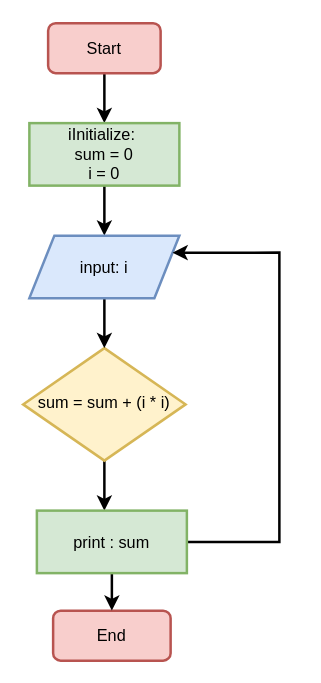
Before: page "Page-1" (1 of 3) of alx-flowchart.drawio in fasil712/UML_Diagram_Design, a draw.io diagram. Source tidied: cells renumbered, new cells numbered last; positions are measured from the earlier drawing's top-left corner, leaving out a move shared by most shapes. Both pictures are drawn from the tidied source at 125%, with x=0, y=0 at pixel (22, 22).
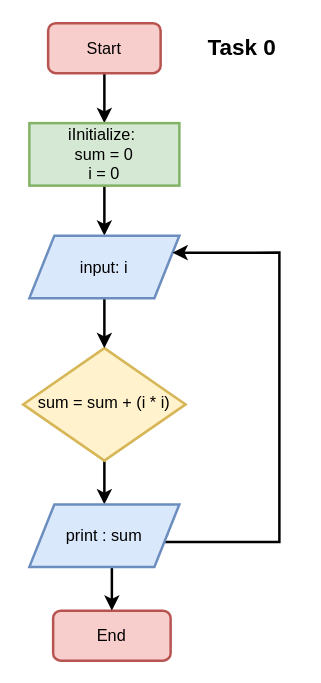
The same page after the edit.

Change to the diagram source:
```diff
@@
 <mxGraphModel>
   <root>
     <mxCell id="0" />
     <mxCell id="1" parent="0" />
     <mxCell id="2" style="edgeStyle=orthogonalEdgeStyle;rounded=0;jettySize=auto;html=1;entryX=0.5;entryY=0;entryDx=0;entryDy=0;fontSize=13;strokeWidth=2;" parent="1" edge="1" source="3" target="8">
       <mxGeometry relative="1" as="geometry" />
     </mxCell>
     <mxCell id="3" value="Start" style="rounded=1;whiteSpace=wrap;html=1;fontSize=13;glass=0;strokeWidth=2;shadow=0;fillColor=#f8cecc;strokeColor=#b85450;" parent="1" vertex="1">
       <mxGeometry x="20" width="90" height="40" as="geometry" />
     </mxCell>
-    <mxCell id="4" style="edgeStyle=orthogonalEdgeStyle;rounded=0;jettySize=auto;html=1;entryX=0.45;entryY=0;entryDx=0;entryDy=0;entryPerimeter=0;fontSize=13;strokeWidth=2;" parent="1" edge="1" source="5" target="13">
+    <mxCell id="4" style="edgeStyle=orthogonalEdgeStyle;rounded=0;jettySize=auto;html=1;entryX=0.5;entryY=0;entryDx=0;entryDy=0;fontSize=13;strokeWidth=2;" parent="1" edge="1" source="5" target="13">
       <mxGeometry relative="1" as="geometry" />
     </mxCell>
     <mxCell id="5" value="sum = sum + (i * i)" style="rhombus;whiteSpace=wrap;html=1;shadow=0;fontFamily=Helvetica;fontSize=13;align=center;strokeWidth=2;spacing=6;spacingTop=-4;fillColor=#fff2cc;strokeColor=#d6b656;" parent="1" vertex="1">
       <mxGeometry y="260" width="130" height="90" as="geometry" />
     </mxCell>
     <mxCell id="6" value="End" style="rounded=1;whiteSpace=wrap;html=1;fontSize=13;glass=0;strokeWidth=2;shadow=0;fillColor=#f8cecc;strokeColor=#b85450;" parent="1" vertex="1">
       <mxGeometry x="24" y="470" width="94" height="40" as="geometry" />
     </mxCell>
     <mxCell id="7" style="edgeStyle=orthogonalEdgeStyle;rounded=0;jettySize=auto;html=1;entryX=0.5;entryY=0;entryDx=0;entryDy=0;fontSize=13;strokeWidth=2;" parent="1" edge="1" source="8" target="10">
       <mxGeometry relative="1" as="geometry" />
     </mxCell>
     <mxCell id="8" value="iInitialize:&amp;nbsp;&lt;br style=&quot;font-size: 13px;&quot;&gt;sum = 0&lt;br style=&quot;font-size: 13px;&quot;&gt;i = 0" style="rounded=0;whiteSpace=wrap;html=1;fillColor=#d5e8d4;strokeColor=#82b366;fontSize=13;strokeWidth=2;" parent="1" vertex="1">
       <mxGeometry x="5" y="80" width="120" height="50" as="geometry" />
     </mxCell>
     <mxCell id="9" style="edgeStyle=orthogonalEdgeStyle;rounded=0;jettySize=auto;html=1;entryX=0.5;entryY=0;entryDx=0;entryDy=0;fontSize=13;strokeWidth=2;" parent="1" edge="1" source="10" target="5">
       <mxGeometry relative="1" as="geometry" />
     </mxCell>
     <mxCell id="10" value="input: i" style="shape=parallelogram;perimeter=parallelogramPerimeter;whiteSpace=wrap;html=1;fixedSize=1;fillColor=#dae8fc;strokeColor=#6c8ebf;fontSize=13;strokeWidth=2;" parent="1" vertex="1">
       <mxGeometry x="5" y="170" width="120" height="50" as="geometry" />
     </mxCell>
-    <mxCell id="11" style="edgeStyle=orthogonalEdgeStyle;rounded=0;jettySize=auto;html=1;entryX=0.5;entryY=0;entryDx=0;entryDy=0;fontSize=13;strokeWidth=2;" parent="1" edge="1" source="13" target="6">
+    <mxCell id="11" style="edgeStyle=orthogonalEdgeStyle;rounded=0;jettySize=auto;html=1;entryX=0.5;entryY=0;entryDx=0;entryDy=0;fontSize=13;strokeWidth=2;exitX=0.417;exitY=0.98;exitDx=0;exitDy=0;exitPerimeter=0;" parent="1" edge="1" source="13" target="6">
       <mxGeometry relative="1" as="geometry" />
     </mxCell>
-    <mxCell id="12" style="edgeStyle=orthogonalEdgeStyle;rounded=0;jettySize=auto;html=1;entryX=1;entryY=0.25;entryDx=0;entryDy=0;fontSize=13;strokeWidth=2;" parent="1" edge="1" source="13" target="10">
+    <mxCell id="12" style="edgeStyle=orthogonalEdgeStyle;rounded=0;jettySize=auto;html=1;entryX=1;entryY=0.25;entryDx=0;entryDy=0;fontSize=13;strokeWidth=2;exitX=1;exitY=0.5;exitDx=0;exitDy=0;" parent="1" edge="1" source="13" target="10">
       <mxGeometry relative="1" as="geometry">
         <Array as="points">
+          <mxPoint x="19" y="407" />
+          <mxPoint x="19" y="415" />
           <mxPoint x="205" y="415" />
           <mxPoint x="205" y="184" />
         </Array>
       </mxGeometry>
     </mxCell>
+    <mxCell id="14" value="&lt;b&gt;&lt;font style=&quot;font-size: 18px;&quot;&gt;Task 0&lt;/font&gt;&lt;/b&gt;" style="text;strokeColor=none;fillColor=none;align=left;verticalAlign=middle;spacingLeft=4;spacingRight=4;overflow=hidden;whiteSpace=wrap;html=1;" parent="1" vertex="1">
+      <mxGeometry x="142" y="5" width="80" height="30" as="geometry" />
+    </mxCell>
-    <mxCell id="13" value="print : sum" style="rounded=0;whiteSpace=wrap;html=1;fillColor=#d5e8d4;strokeColor=#82b366;fontSize=13;strokeWidth=2;" parent="1" vertex="1">
-      <mxGeometry x="11" y="390" width="120" height="50" as="geometry" />
+    <mxCell id="13" value="print : sum" style="shape=parallelogram;perimeter=parallelogramPerimeter;whiteSpace=wrap;html=1;fixedSize=1;fillColor=#dae8fc;strokeColor=#6c8ebf;fontSize=13;strokeWidth=2;" parent="1" vertex="1">
+      <mxGeometry x="5" y="385" width="120" height="50" as="geometry" />
     </mxCell>
   </root>
 </mxGraphModel>
```
